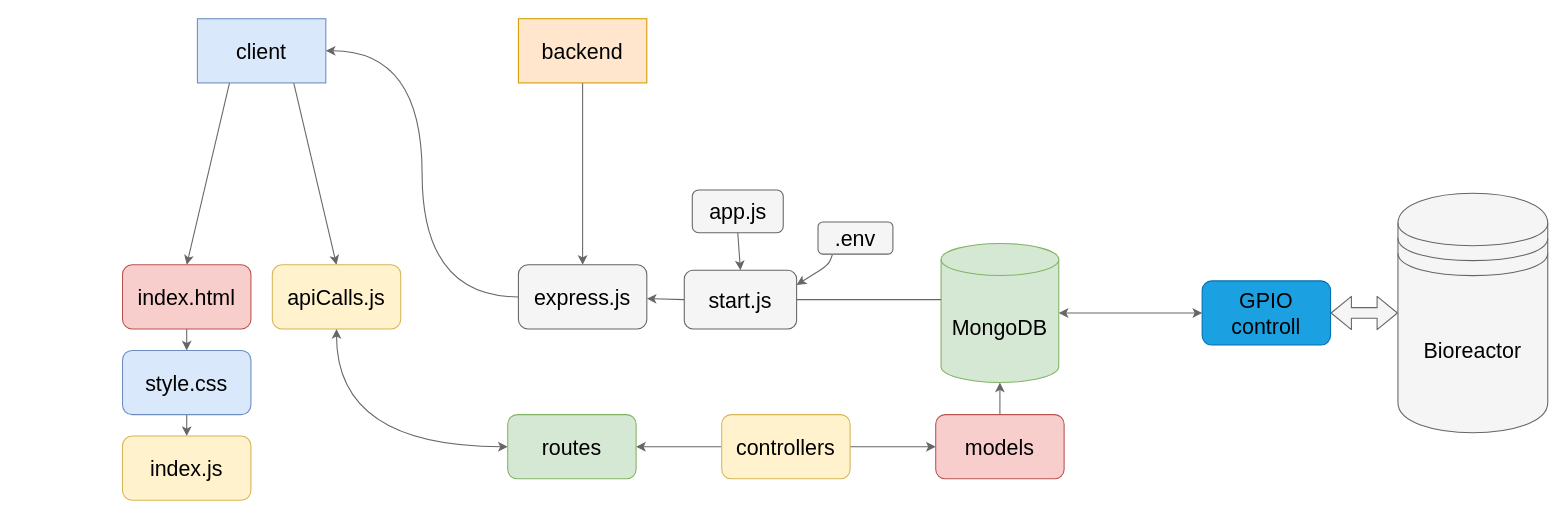
Earlier version of the draw.io diagram blueprints/softwareDesign.drawio (MelcherMate/Bioversee_Webapp). Source tidied: cells renumbered, new cells numbered last; positions are measured from the earlier drawing's top-left corner, leaving out a move shared by most shapes. Both pictures are drawn from the tidied source at 107%, with x=0, y=0 at pixel (122, 18).
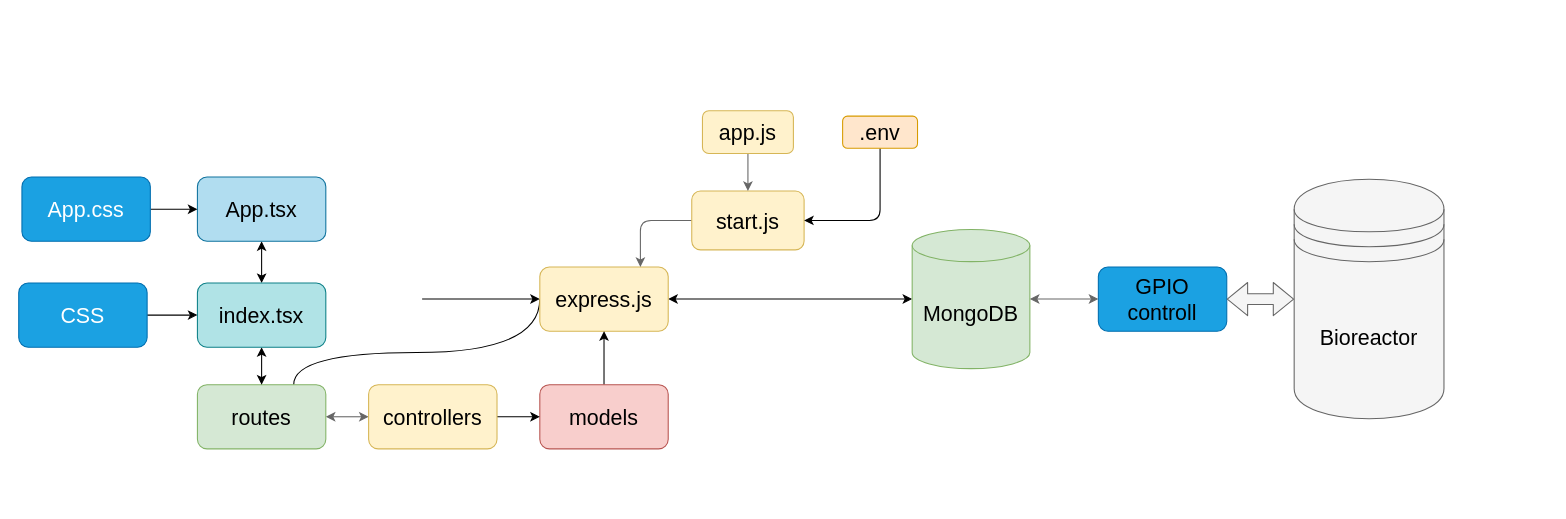
Above is the later version.

Change to the diagram source:
```diff
@@
-    <mxCell id="2" style="edgeStyle=none;hachureGap=4;html=1;exitX=0.25;exitY=1;exitDx=0;exitDy=0;entryX=0.5;entryY=0;entryDx=0;entryDy=0;fontFamily=Helvetica;fontSize=16;fontColor=#000000;labelBackgroundColor=none;shadow=0;fillColor=#f5f5f5;strokeColor=#666666;" parent="1" edge="1" source="4" target="8">
-      <mxGeometry relative="1" as="geometry" />
-    </mxCell>
-    <mxCell id="3" style="edgeStyle=none;hachureGap=4;html=1;exitX=0.75;exitY=1;exitDx=0;exitDy=0;entryX=0.5;entryY=0;entryDx=0;entryDy=0;fontFamily=Helvetica;fontSize=16;fontColor=#000000;labelBackgroundColor=none;shadow=0;fillColor=#f5f5f5;strokeColor=#666666;" parent="1" edge="1" source="4" target="12">
-      <mxGeometry relative="1" as="geometry" />
-    </mxCell>
-    <mxCell id="4" value="client" style="rounded=0;whiteSpace=wrap;html=1;hachureGap=4;fontFamily=Helvetica;fontSize=20;labelBackgroundColor=none;shadow=0;fillColor=#dae8fc;strokeColor=#6c8ebf;fontColor=#000000;" parent="1" vertex="1">
-      <mxGeometry x="70" width="120" height="60" as="geometry" />
-    </mxCell>
-    <mxCell id="5" style="edgeStyle=none;hachureGap=4;html=1;exitX=0.5;exitY=1;exitDx=0;exitDy=0;entryX=0.5;entryY=0;entryDx=0;entryDy=0;fontFamily=Helvetica;fontSize=16;fontColor=#000000;labelBackgroundColor=none;shadow=0;fillColor=#f5f5f5;strokeColor=#666666;" parent="1" edge="1" source="6" target="14">
-      <mxGeometry relative="1" as="geometry" />
-    </mxCell>
-    <mxCell id="6" value="backend" style="rounded=0;whiteSpace=wrap;html=1;hachureGap=4;fontFamily=Helvetica;fontSize=20;gradientDirection=north;labelBackgroundColor=none;shadow=0;fillColor=#ffe6cc;strokeColor=#d79b00;fontColor=#000000;" parent="1" vertex="1">
-      <mxGeometry x="370" width="120" height="60" as="geometry" />
-    </mxCell>
-    <mxCell id="7" style="edgeStyle=none;hachureGap=4;html=1;exitX=0.5;exitY=1;exitDx=0;exitDy=0;entryX=0.5;entryY=0;entryDx=0;entryDy=0;fontFamily=Helvetica;fontSize=16;fontColor=#000000;labelBackgroundColor=none;shadow=0;fillColor=#f5f5f5;strokeColor=#666666;" parent="1" edge="1" source="8" target="10">
-      <mxGeometry relative="1" as="geometry" />
-    </mxCell>
-    <mxCell id="8" value="index.html" style="rounded=1;whiteSpace=wrap;html=1;hachureGap=4;fontFamily=Helvetica;fontSize=20;labelBackgroundColor=none;shadow=0;fillColor=#f8cecc;strokeColor=#b85450;fontColor=#000000;" parent="1" vertex="1">
-      <mxGeometry y="230" width="120" height="60" as="geometry" />
-    </mxCell>
-    <mxCell id="9" style="edgeStyle=none;hachureGap=4;html=1;exitX=0.5;exitY=1;exitDx=0;exitDy=0;entryX=0.5;entryY=0;entryDx=0;entryDy=0;fontFamily=Helvetica;fontSize=16;fontColor=#000000;labelBackgroundColor=none;shadow=0;fillColor=#f5f5f5;strokeColor=#666666;" parent="1" edge="1" source="10" target="11">
-      <mxGeometry relative="1" as="geometry" />
-    </mxCell>
-    <mxCell id="10" value="style.css" style="rounded=1;whiteSpace=wrap;html=1;hachureGap=4;fontFamily=Helvetica;fontSize=20;labelBackgroundColor=none;shadow=0;fillColor=#dae8fc;strokeColor=#6c8ebf;fontColor=#000000;" parent="1" vertex="1">
-      <mxGeometry y="310" width="120" height="60" as="geometry" />
-    </mxCell>
-    <mxCell id="11" value="index.js" style="rounded=1;whiteSpace=wrap;html=1;hachureGap=4;fontFamily=Helvetica;fontSize=20;labelBackgroundColor=none;shadow=0;fillColor=#fff2cc;strokeColor=#d6b656;fontColor=#000000;" parent="1" vertex="1">
-      <mxGeometry y="390" width="120" height="60" as="geometry" />
-    </mxCell>
-    <mxCell id="12" value="apiCalls.js" style="rounded=1;whiteSpace=wrap;html=1;hachureGap=4;fontFamily=Helvetica;fontSize=20;labelBackgroundColor=none;shadow=0;fillColor=#fff2cc;strokeColor=#d6b656;fontColor=#000000;" parent="1" vertex="1">
-      <mxGeometry x="140" y="230" width="120" height="60" as="geometry" />
-    </mxCell>
-    <mxCell id="13" style="edgeStyle=orthogonalEdgeStyle;hachureGap=4;html=1;exitX=0;exitY=0.5;exitDx=0;exitDy=0;entryX=1;entryY=0.5;entryDx=0;entryDy=0;fontFamily=Helvetica;fontSize=16;curved=1;fontColor=#000000;labelBackgroundColor=none;shadow=0;fillColor=#f5f5f5;strokeColor=#666666;" parent="1" edge="1" source="14" target="4">
-      <mxGeometry relative="1" as="geometry" />
-    </mxCell>
+    <mxCell id="34" style="edgeStyle=none;html=1;" parent="1" edge="1" target="14">
+      <mxGeometry relative="1" as="geometry">
+        <mxPoint x="280" y="262" as="sourcePoint" />
+      </mxGeometry>
+    </mxCell>
+    <mxCell id="35" style="edgeStyle=orthogonalEdgeStyle;html=1;exitX=0;exitY=0.5;exitDx=0;exitDy=0;entryX=0.75;entryY=0;entryDx=0;entryDy=0;strokeColor=#000000;fontColor=#000000;startArrow=none;startFill=0;endArrow=none;endFill=0;curved=1;" parent="1" edge="1" source="14" target="29">
+      <mxGeometry relative="1" as="geometry">
+        <Array as="points">
+          <mxPoint x="390" y="312" />
+          <mxPoint x="160" y="312" />
+        </Array>
+      </mxGeometry>
+    </mxCell>
+    <mxCell id="36" style="edgeStyle=orthogonalEdgeStyle;html=1;exitX=1;exitY=0.5;exitDx=0;exitDy=0;entryX=0;entryY=0.5;entryDx=0;entryDy=0;entryPerimeter=0;strokeColor=#000000;fontColor=#000000;startArrow=classic;startFill=1;endArrow=classic;endFill=1;" parent="1" edge="1" source="14" target="21">
+      <mxGeometry relative="1" as="geometry" />
+    </mxCell>
-    <mxCell id="14" value="express.js" style="rounded=1;whiteSpace=wrap;html=1;hachureGap=4;fontFamily=Helvetica;fontSize=20;labelBackgroundColor=none;shadow=0;fillColor=#f5f5f5;strokeColor=#666666;fontColor=#000000;" parent="1" vertex="1">
-      <mxGeometry x="370" y="230" width="120" height="60" as="geometry" />
+    <mxCell id="14" value="express.js" style="rounded=1;whiteSpace=wrap;html=1;hachureGap=4;fontFamily=Helvetica;fontSize=20;labelBackgroundColor=none;shadow=0;fillColor=#fff2cc;strokeColor=#d6b656;fontColor=#000000;" parent="1" vertex="1">
+      <mxGeometry x="390" y="232" width="120" height="60" as="geometry" />
     </mxCell>
-    <mxCell id="15" style="edgeStyle=none;hachureGap=4;html=1;exitX=0;exitY=0.5;exitDx=0;exitDy=0;fontFamily=Helvetica;fontSize=16;fontColor=#000000;labelBackgroundColor=none;shadow=0;fillColor=#f5f5f5;strokeColor=#666666;" parent="1" edge="1" source="16" target="14">
-      <mxGeometry relative="1" as="geometry" />
+    <mxCell id="15" style="edgeStyle=orthogonalEdgeStyle;hachureGap=4;html=1;exitX=0;exitY=0.5;exitDx=0;exitDy=0;fontFamily=Helvetica;fontSize=16;fontColor=#000000;labelBackgroundColor=none;shadow=0;fillColor=#f5f5f5;strokeColor=#666666;" parent="1" edge="1" source="16" target="14">
+      <mxGeometry relative="1" as="geometry">
+        <Array as="points">
+          <mxPoint x="484" y="189" />
+        </Array>
+      </mxGeometry>
     </mxCell>
-    <mxCell id="16" value="start.js" style="rounded=1;whiteSpace=wrap;html=1;hachureGap=4;fontFamily=Helvetica;fontSize=20;labelBackgroundColor=none;shadow=0;fillColor=#f5f5f5;strokeColor=#666666;fontColor=#000000;" parent="1" vertex="1">
-      <mxGeometry x="525" y="235" width="105" height="55" as="geometry" />
+    <mxCell id="16" value="start.js" style="rounded=1;whiteSpace=wrap;html=1;hachureGap=4;fontFamily=Helvetica;fontSize=20;labelBackgroundColor=none;shadow=0;fillColor=#fff2cc;strokeColor=#d6b656;fontColor=#000000;" parent="1" vertex="1">
+      <mxGeometry x="532" y="161" width="105" height="55" as="geometry" />
     </mxCell>
-    <mxCell id="17" style="edgeStyle=none;hachureGap=4;html=1;exitX=0.191;exitY=1.018;exitDx=0;exitDy=0;entryX=1;entryY=0.25;entryDx=0;entryDy=0;fontFamily=Helvetica;fontSize=16;exitPerimeter=0;fontColor=#000000;labelBackgroundColor=none;shadow=0;fillColor=#f5f5f5;strokeColor=#666666;" parent="1" edge="1" source="18" target="16">
-      <mxGeometry relative="1" as="geometry">
-        <Array as="points">
-          <mxPoint x="660" y="230" />
-        </Array>
-      </mxGeometry>
+    <mxCell id="17" style="edgeStyle=orthogonalEdgeStyle;html=1;exitX=0.5;exitY=1;exitDx=0;exitDy=0;entryX=1;entryY=0.5;entryDx=0;entryDy=0;strokeColor=#000000;fontColor=#000000;startArrow=none;startFill=0;endArrow=classic;endFill=1;" parent="1" edge="1" source="18" target="16">
+      <mxGeometry relative="1" as="geometry" />
     </mxCell>
-    <mxCell id="18" value=".env" style="rounded=1;whiteSpace=wrap;html=1;hachureGap=4;fontFamily=Helvetica;fontSize=20;labelBackgroundColor=none;shadow=0;fillColor=#f5f5f5;strokeColor=#666666;fontColor=#000000;" parent="1" vertex="1">
-      <mxGeometry x="650" y="190" width="70" height="30" as="geometry" />
+    <mxCell id="18" value=".env" style="rounded=1;whiteSpace=wrap;html=1;hachureGap=4;fontFamily=Helvetica;fontSize=20;labelBackgroundColor=none;shadow=0;fillColor=#ffe6cc;strokeColor=#d79b00;fontColor=#000000;" parent="1" vertex="1">
+      <mxGeometry x="673" y="91" width="70" height="30" as="geometry" />
     </mxCell>
@@
-    <mxCell id="20" value="app.js" style="rounded=1;whiteSpace=wrap;html=1;hachureGap=4;fontFamily=Helvetica;fontSize=20;labelBackgroundColor=none;shadow=0;fillColor=#f5f5f5;strokeColor=#666666;fontColor=#000000;" parent="1" vertex="1">
-      <mxGeometry x="532.5" y="160" width="85" height="40" as="geometry" />
+    <mxCell id="20" value="app.js" style="rounded=1;whiteSpace=wrap;html=1;hachureGap=4;fontFamily=Helvetica;fontSize=20;labelBackgroundColor=none;shadow=0;fillColor=#fff2cc;strokeColor=#d6b656;fontColor=#000000;" parent="1" vertex="1">
+      <mxGeometry x="542" y="86" width="85" height="40" as="geometry" />
     </mxCell>
     <mxCell id="21" value="MongoDB" style="shape=cylinder3;whiteSpace=wrap;html=1;boundedLbl=1;backgroundOutline=1;size=15;hachureGap=4;fontFamily=Helvetica;fontSize=20;labelBackgroundColor=none;shadow=0;fillColor=#d5e8d4;strokeColor=#82b366;fontColor=#000000;" parent="1" vertex="1">
-      <mxGeometry x="765" y="210" width="110" height="130" as="geometry" />
+      <mxGeometry x="738" y="197" width="110" height="130" as="geometry" />
     </mxCell>
-    <mxCell id="22" style="endArrow=none;html=1;shadow=0;hachureGap=4;fontFamily=Helvetica;fontSize=16;curved=1;elbow=vertical;entryX=0;entryY=0;entryDx=0;entryDy=52.5;entryPerimeter=0;exitX=1;exitY=0.5;exitDx=0;exitDy=0;fontColor=#000000;labelBackgroundColor=none;fillColor=#f5f5f5;strokeColor=#666666;" parent="1" edge="1" source="16" target="21">
-      <mxGeometry relative="1" as="geometry" />
-    </mxCell>
-    <mxCell id="23" style="edgeStyle=orthogonalEdgeStyle;curved=1;hachureGap=4;html=1;exitX=0.5;exitY=0;exitDx=0;exitDy=0;fontFamily=Helvetica;fontSize=16;fontColor=#000000;labelBackgroundColor=none;shadow=0;fillColor=#f5f5f5;strokeColor=#666666;" parent="1" edge="1" source="24" target="21">
-      <mxGeometry relative="1" as="geometry" />
-    </mxCell>
+    <mxCell id="37" style="edgeStyle=none;html=1;exitX=0.5;exitY=0;exitDx=0;exitDy=0;entryX=0.5;entryY=1;entryDx=0;entryDy=0;startArrow=none;startFill=0;endArrow=classic;endFill=1;strokeColor=#000000;" parent="1" edge="1" source="24" target="14">
+      <mxGeometry relative="1" as="geometry" />
+    </mxCell>
     <mxCell id="24" value="models" style="rounded=1;whiteSpace=wrap;html=1;hachureGap=4;fontFamily=Helvetica;fontSize=20;labelBackgroundColor=none;shadow=0;fillColor=#f8cecc;strokeColor=#b85450;fontColor=#000000;" parent="1" vertex="1">
-      <mxGeometry x="760" y="370" width="120" height="60" as="geometry" />
+      <mxGeometry x="390" y="342" width="120" height="60" as="geometry" />
     </mxCell>
+    <mxCell id="26" style="edgeStyle=orthogonalEdgeStyle;curved=1;hachureGap=4;html=1;exitX=0;exitY=0.5;exitDx=0;exitDy=0;entryX=1;entryY=0.5;entryDx=0;entryDy=0;fontFamily=Helvetica;fontSize=16;fontColor=#000000;labelBackgroundColor=none;shadow=0;fillColor=#f5f5f5;strokeColor=#666666;startArrow=classic;startFill=1;endArrow=classic;endFill=1;" parent="1" edge="1" source="27" target="29">
+      <mxGeometry relative="1" as="geometry" />
+    </mxCell>
-    <mxCell id="25" style="edgeStyle=orthogonalEdgeStyle;curved=1;hachureGap=4;html=1;exitX=1;exitY=0.5;exitDx=0;exitDy=0;entryX=0;entryY=0.5;entryDx=0;entryDy=0;fontFamily=Helvetica;fontSize=16;fontColor=#000000;labelBackgroundColor=none;shadow=0;fillColor=#f5f5f5;strokeColor=#666666;" parent="1" edge="1" source="27" target="24">
+    <mxCell id="25" style="edgeStyle=none;html=1;exitX=1;exitY=0.5;exitDx=0;exitDy=0;entryX=0;entryY=0.5;entryDx=0;entryDy=0;strokeColor=#000000;startArrow=none;startFill=0;endArrow=classic;endFill=1;" parent="1" edge="1" source="27" target="24">
       <mxGeometry relative="1" as="geometry" />
     </mxCell>
-    <mxCell id="26" style="edgeStyle=orthogonalEdgeStyle;curved=1;hachureGap=4;html=1;exitX=0;exitY=0.5;exitDx=0;exitDy=0;entryX=1;entryY=0.5;entryDx=0;entryDy=0;fontFamily=Helvetica;fontSize=16;fontColor=#000000;labelBackgroundColor=none;shadow=0;fillColor=#f5f5f5;strokeColor=#666666;" parent="1" edge="1" source="27" target="29">
-      <mxGeometry relative="1" as="geometry" />
-    </mxCell>
     <mxCell id="27" value="controllers" style="rounded=1;whiteSpace=wrap;html=1;hachureGap=4;fontFamily=Helvetica;fontSize=20;labelBackgroundColor=none;shadow=0;fillColor=#fff2cc;strokeColor=#d6b656;fontColor=#000000;" parent="1" vertex="1">
-      <mxGeometry x="560" y="370" width="120" height="60" as="geometry" />
+      <mxGeometry x="230" y="342" width="120" height="60" as="geometry" />
     </mxCell>
-    <mxCell id="28" style="edgeStyle=orthogonalEdgeStyle;curved=1;hachureGap=4;html=1;exitX=0;exitY=0.5;exitDx=0;exitDy=0;entryX=0.5;entryY=1;entryDx=0;entryDy=0;fontFamily=Helvetica;fontSize=16;startArrow=classic;startFill=1;fontColor=#000000;labelBackgroundColor=none;shadow=0;fillColor=#f5f5f5;strokeColor=#666666;" parent="1" edge="1" source="29" target="12">
-      <mxGeometry relative="1" as="geometry" />
-    </mxCell>
     <mxCell id="29" value="routes" style="rounded=1;whiteSpace=wrap;html=1;hachureGap=4;fontFamily=Helvetica;fontSize=20;labelBackgroundColor=none;shadow=0;fillColor=#d5e8d4;strokeColor=#82b366;fontColor=#000000;" parent="1" vertex="1">
-      <mxGeometry x="360" y="370" width="120" height="60" as="geometry" />
+      <mxGeometry x="70" y="342" width="120" height="60" as="geometry" />
     </mxCell>
     <mxCell id="30" style="edgeStyle=none;hachureGap=4;html=1;exitX=1;exitY=0.5;exitDx=0;exitDy=0;entryX=0;entryY=0.5;entryDx=0;entryDy=0;fontFamily=Helvetica;fontSize=16;startArrow=classic;startFill=1;fontColor=#000000;labelBackgroundColor=none;shadow=0;fillColor=#f5f5f5;strokeColor=#666666;" parent="1" edge="1" target="31">
       <mxGeometry relative="1" as="geometry">
-        <mxPoint x="875" y="275" as="sourcePoint" />
+        <mxPoint x="848" y="262" as="sourcePoint" />
       </mxGeometry>
     </mxCell>
     <mxCell id="31" value="GPIO controll" style="rounded=1;whiteSpace=wrap;html=1;hachureGap=4;fontFamily=Helvetica;fontSize=20;labelBackgroundColor=none;shadow=0;fillColor=#1ba1e2;strokeColor=#006EAF;fontColor=#000000;glass=0;" parent="1" vertex="1">
-      <mxGeometry x="1009" y="245" width="120" height="60" as="geometry" />
+      <mxGeometry x="912" y="232" width="120" height="60" as="geometry" />
     </mxCell>
     <mxCell id="32" value="Bioreactor" style="shape=datastore;whiteSpace=wrap;html=1;hachureGap=4;fontFamily=Helvetica;fontSize=20;labelBackgroundColor=none;shadow=0;fillColor=#f5f5f5;strokeColor=#666666;fontColor=#000000;" parent="1" vertex="1">
-      <mxGeometry x="1192" y="163.1" width="140" height="223.8" as="geometry" />
+      <mxGeometry x="1095" y="150.1" width="140" height="223.8" as="geometry" />
     </mxCell>
@@
+    <mxCell id="38" style="edgeStyle=none;html=1;exitX=0.5;exitY=1;exitDx=0;exitDy=0;entryX=0.5;entryY=0;entryDx=0;entryDy=0;strokeColor=#000000;startArrow=classic;startFill=1;endArrow=classic;endFill=1;" parent="1" edge="1" source="39" target="41">
+      <mxGeometry relative="1" as="geometry" />
+    </mxCell>
+    <mxCell id="39" value="App.tsx" style="rounded=1;whiteSpace=wrap;html=1;hachureGap=4;fontFamily=Helvetica;fontSize=20;labelBackgroundColor=none;shadow=0;fillColor=#b1ddf0;strokeColor=#10739e;fontColor=#000000;" parent="1" vertex="1">
+      <mxGeometry x="70" y="148" width="120" height="60" as="geometry" />
+    </mxCell>
+    <mxCell id="40" style="edgeStyle=none;html=1;exitX=0.5;exitY=1;exitDx=0;exitDy=0;entryX=0.5;entryY=0;entryDx=0;entryDy=0;strokeColor=#000000;startArrow=classic;startFill=1;endArrow=classic;endFill=1;" parent="1" edge="1" source="41" target="29">
+      <mxGeometry relative="1" as="geometry" />
+    </mxCell>
+    <mxCell id="41" value="index.tsx" style="rounded=1;whiteSpace=wrap;html=1;hachureGap=4;fontFamily=Helvetica;fontSize=20;labelBackgroundColor=none;shadow=0;fillColor=#b0e3e6;strokeColor=#0e8088;fontColor=#000000;" parent="1" vertex="1">
+      <mxGeometry x="70" y="247" width="120" height="60" as="geometry" />
+    </mxCell>
+    <mxCell id="42" style="edgeStyle=none;html=1;exitX=1;exitY=0.5;exitDx=0;exitDy=0;entryX=0;entryY=0.5;entryDx=0;entryDy=0;strokeColor=#000000;startArrow=none;startFill=0;endArrow=classic;endFill=1;" parent="1" edge="1" source="43" target="41">
+      <mxGeometry relative="1" as="geometry" />
+    </mxCell>
+    <mxCell id="43" value="CSS" style="rounded=1;whiteSpace=wrap;html=1;hachureGap=4;fontFamily=Helvetica;fontSize=20;labelBackgroundColor=none;shadow=0;fillColor=#1ba1e2;strokeColor=#006EAF;fontColor=#ffffff;" parent="1" vertex="1">
+      <mxGeometry x="-97" y="247" width="120" height="60" as="geometry" />
+    </mxCell>
+    <mxCell id="44" style="edgeStyle=none;html=1;exitX=1;exitY=0.5;exitDx=0;exitDy=0;entryX=0;entryY=0.5;entryDx=0;entryDy=0;strokeColor=#000000;startArrow=none;startFill=0;endArrow=classic;endFill=1;" parent="1" edge="1" source="45" target="39">
+      <mxGeometry relative="1" as="geometry" />
+    </mxCell>
+    <mxCell id="45" value="App.css" style="rounded=1;whiteSpace=wrap;html=1;hachureGap=4;fontFamily=Helvetica;fontSize=20;labelBackgroundColor=none;shadow=0;fillColor=#1ba1e2;strokeColor=#006EAF;fontColor=#ffffff;" parent="1" vertex="1">
+      <mxGeometry x="-94" y="148" width="120" height="60" as="geometry" />
+    </mxCell>
```
